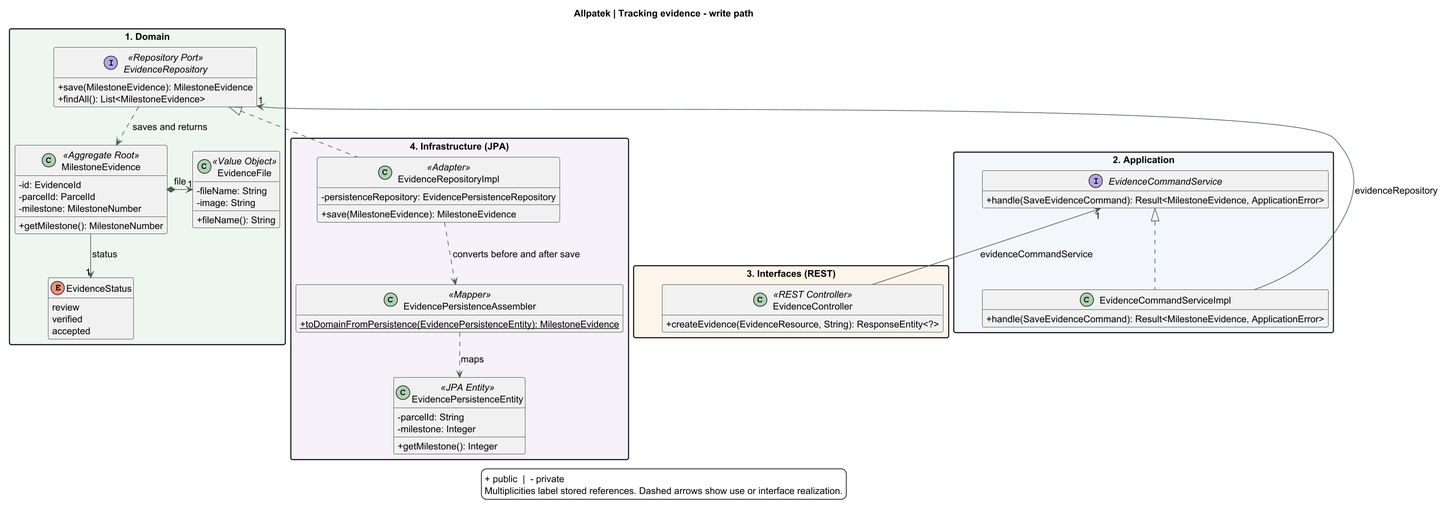
This is assets/chapter-04/architecture/12-classes-monitoring.png from upc-pre-202620-1asi0729-7753-Terranova/allpatek-report, a PlantUML export, as it was before one commit.
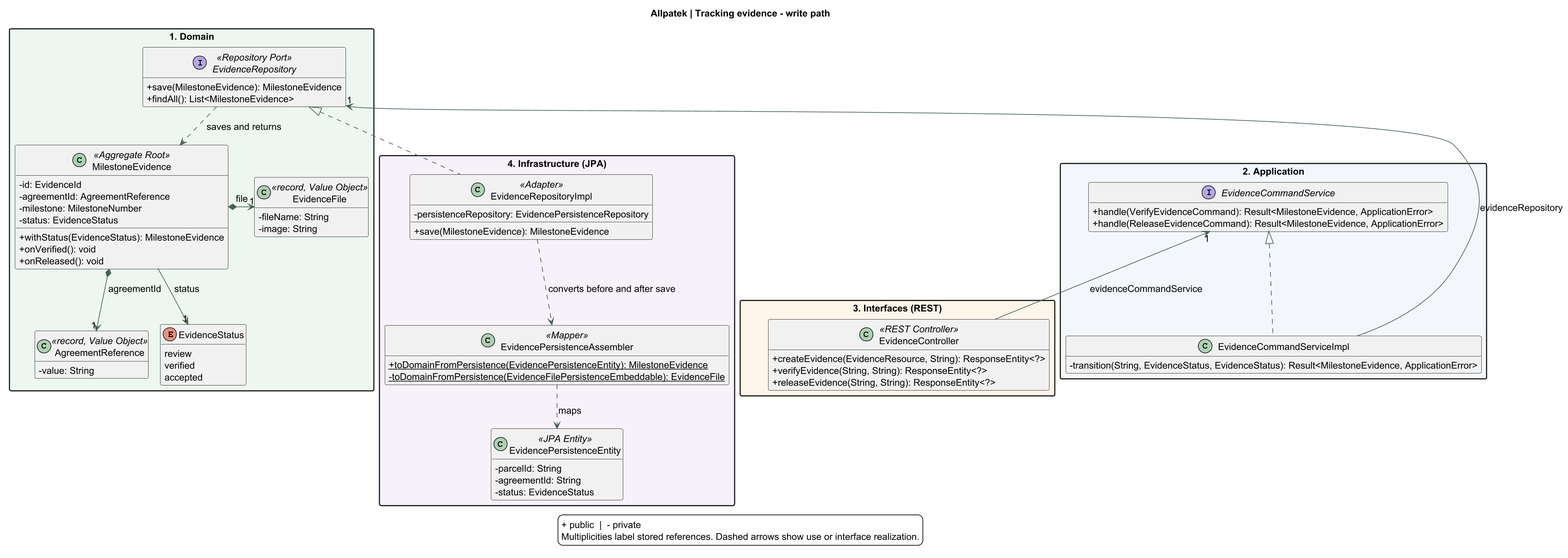
Later version of the same file.

Commit message:
docs(uml): model agreement references and evidence transitions

The edit, as a diff of the source:
```diff
@@ -13,16 +13,21 @@
 title Allpatek | Tracking evidence - write path
 
 package "1. Domain" as Domain #ECF6EF {
+  class AgreementReference <<record, Value Object>> {
+    -value: String
+  }
   class MilestoneEvidence <<Aggregate Root>> {
     -id: EvidenceId
-    -parcelId: ParcelId
+    -agreementId: AgreementReference
     -milestone: MilestoneNumber
-    +getMilestone(): MilestoneNumber
+    -status: EvidenceStatus
+    +withStatus(EvidenceStatus): MilestoneEvidence
+    +onVerified(): void
+    +onReleased(): void
   }
-  class EvidenceFile <<Value Object>> {
+  class EvidenceFile <<record, Value Object>> {
     -fileName: String
     -image: String
-    +fileName(): String
   }
   interface EvidenceRepository <<Repository Port>> {
     +save(MilestoneEvidence): MilestoneEvidence
@@ -39,16 +44,19 @@
 }
 package "2. Application" as Application #F3F6FA {
   interface EvidenceCommandService {
-    +handle(SaveEvidenceCommand): Result<MilestoneEvidence, ApplicationError>
+    +handle(VerifyEvidenceCommand): Result<MilestoneEvidence, ApplicationError>
+    +handle(ReleaseEvidenceCommand): Result<MilestoneEvidence, ApplicationError>
   }
   class EvidenceCommandServiceImpl {
-    +handle(SaveEvidenceCommand): Result<MilestoneEvidence, ApplicationError>
+    -transition(String, EvidenceStatus, EvidenceStatus): Result<MilestoneEvidence, ApplicationError>
   }
   EvidenceCommandService <|.. EvidenceCommandServiceImpl
 }
 package "3. Interfaces (REST)" as Interfaces #FDF4E8 {
   class EvidenceController <<REST Controller>> {
     +createEvidence(EvidenceResource, String): ResponseEntity<?>
+    +verifyEvidence(String, String): ResponseEntity<?>
+    +releaseEvidence(String, String): ResponseEntity<?>
   }
 }
 package "4. Infrastructure (JPA)" as Infrastructure #F6F1F8 {
@@ -58,11 +66,12 @@
   }
   class EvidencePersistenceAssembler <<Mapper>> {
     {static} +toDomainFromPersistence(EvidencePersistenceEntity): MilestoneEvidence
+    {static} -toDomainFromPersistence(EvidenceFilePersistenceEmbeddable): EvidenceFile
   }
   class EvidencePersistenceEntity <<JPA Entity>> {
     -parcelId: String
-    -milestone: Integer
-    +getMilestone(): Integer
+    -agreementId: String
+    -status: EvidenceStatus
   }
   EvidenceRepositoryImpl ..> EvidencePersistenceAssembler : converts before and after save
   EvidencePersistenceAssembler ..> EvidencePersistenceEntity : maps
@@ -73,6 +82,7 @@
 Domain -[hidden]down-> Application
 Application -[hidden]down-> Interfaces
 
+MilestoneEvidence *--> "1" AgreementReference : agreementId
 legend bottom
 + public  |  - private
 Multiplicities label stored references. Dashed arrows show use or interface realization.
```
